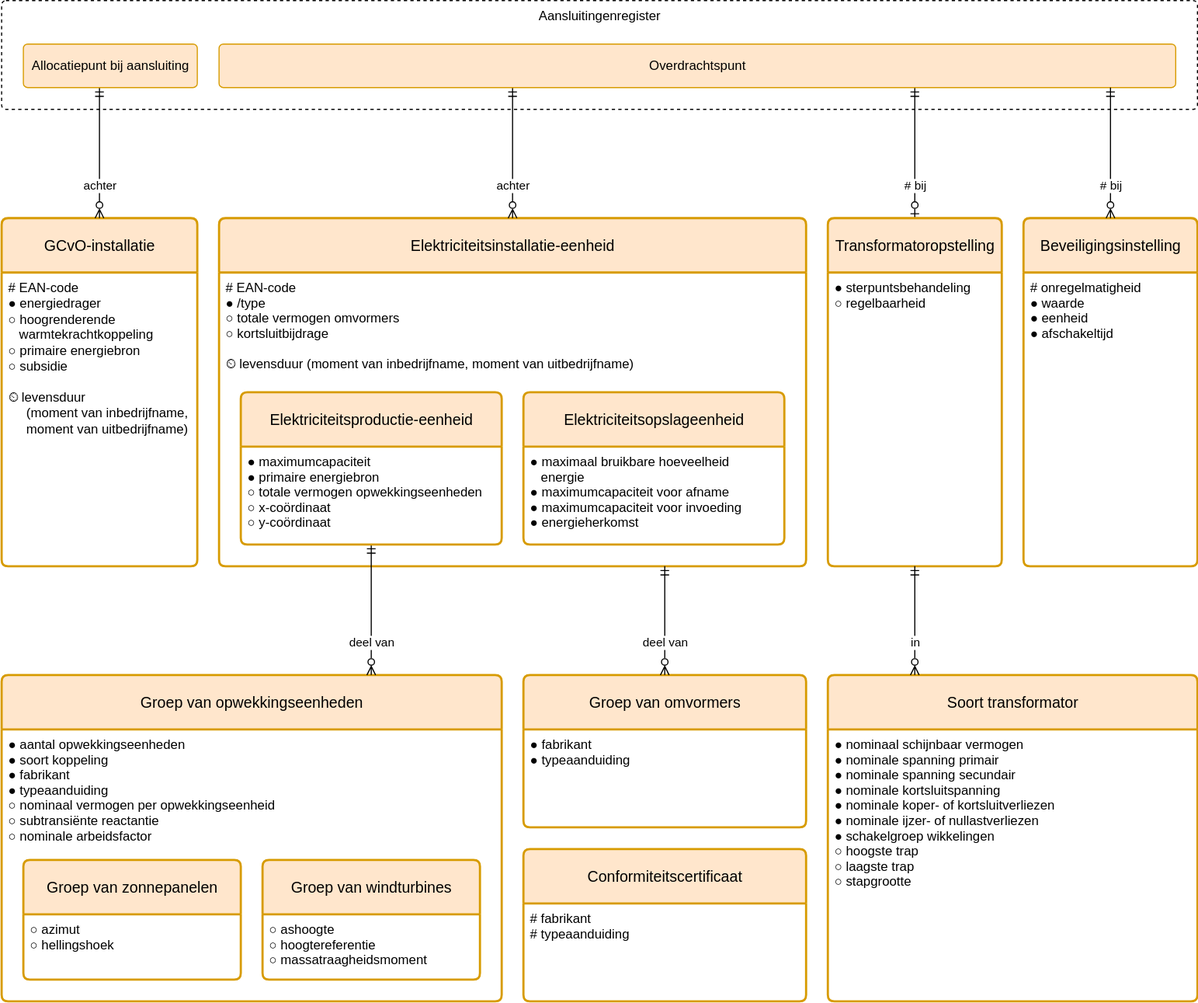
Earlier version of the draw.io export modellen/registers/installatieregister/1.0.0/model.drawio.svg (sefanja/nbnl-conceptuele-informatiemodellen). Source tidied: cells renumbered, new cells last; positions are measured from the earlier drawing's top-left corner, leaving out a move shared by most shapes.
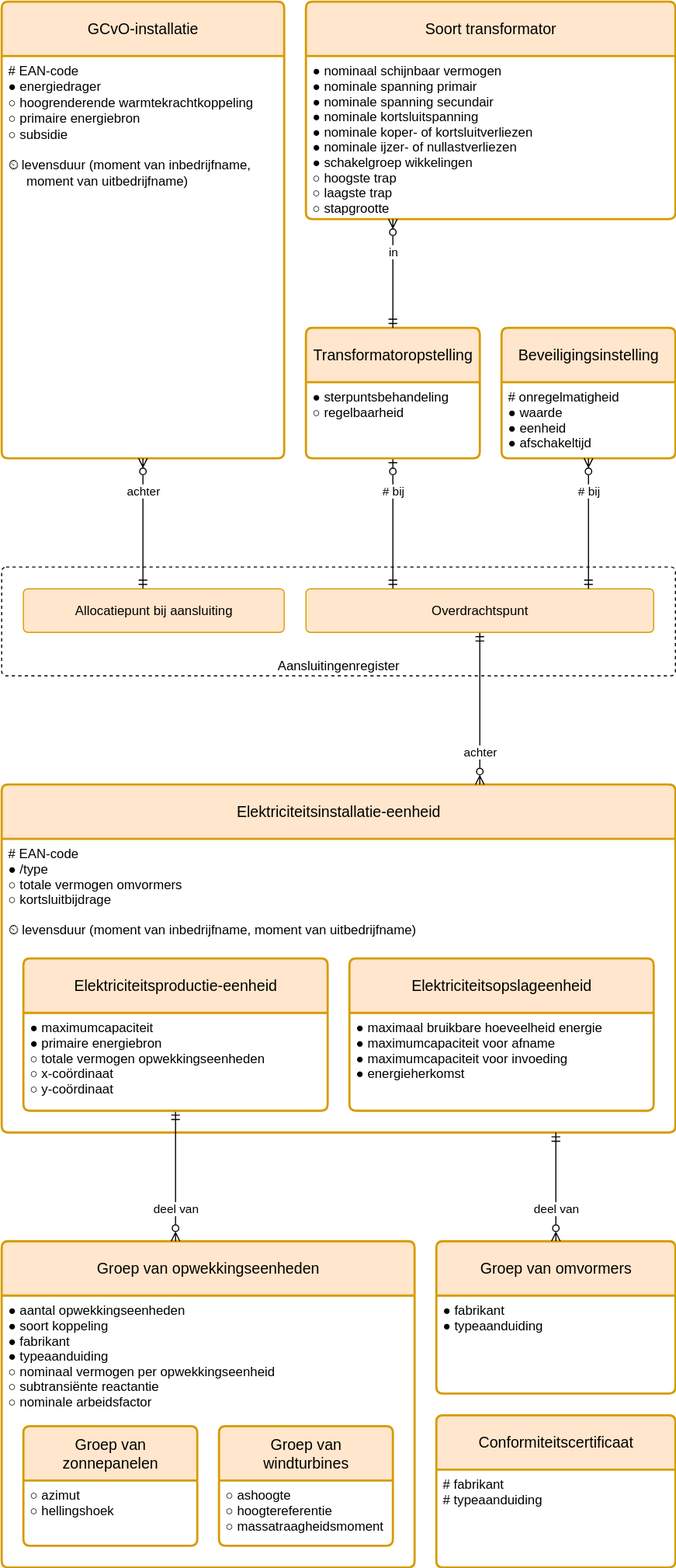
After the commit.

The edit, as a diff of the source:
```diff
@@ -2,35 +2,35 @@
   <root>
     <mxCell id="0" />
     <mxCell id="1" parent="0" />
-    <mxCell id="2" value="Aansluitingenregister" style="rounded=1;whiteSpace=wrap;html=1;dashed=1;verticalAlign=top;arcSize=4;" parent="1" vertex="1">
-      <mxGeometry width="1100" height="100" as="geometry" />
+    <mxCell id="2" value="Aansluitingenregister" style="rounded=1;whiteSpace=wrap;html=1;dashed=1;verticalAlign=bottom;arcSize=4;" parent="1" vertex="1">
+      <mxGeometry x="200" width="620" height="100" as="geometry" />
     </mxCell>
-    <mxCell id="3" value="GCvO-installatie" style="swimlane;horizontal=1;startSize=50;rounded=1;fontSize=14;fontStyle=0;strokeWidth=2;shadow=0;dashed=0;align=center;arcSize=4;fillColor=#ffe6cc;strokeColor=#d79b00;whiteSpace=wrap;html=1;" parent="1" vertex="1">
-      <mxGeometry y="200" width="180" height="320" as="geometry" />
+    <mxCell id="3" value="GCvO-installatie" style="swimlane;horizontal=1;startSize=50;rounded=1;fontSize=14;fontStyle=0;strokeWidth=2;shadow=0;dashed=0;align=center;arcSize=4;fillColor=#ffe6cc;strokeColor=#d79b00;whiteSpace=wrap;html=1;spacing=10;" parent="1" vertex="1">
+      <mxGeometry x="200" y="-520" width="260" height="420" as="geometry" />
     </mxCell>
-    <mxCell id="4" value="# EAN-code&lt;br&gt;● energiedrager&lt;br&gt;○&amp;nbsp;hoogrenderende&lt;br&gt;&amp;nbsp; &amp;nbsp;warmtekrachtkoppeling&lt;br&gt;○ primaire energiebron&lt;br&gt;&lt;div&gt;○ subsidie&lt;br&gt;&lt;br&gt;⏲&amp;nbsp;levensduur&lt;div&gt;&lt;span style=&quot;background-color: initial;&quot;&gt;&amp;nbsp; &amp;nbsp; &amp;nbsp;(moment&amp;nbsp;&lt;/span&gt;&lt;span style=&quot;background-color: initial;&quot;&gt;van&lt;/span&gt;&lt;span style=&quot;background-color: initial; color: light-dark(rgb(0, 0, 0), rgb(255, 255, 255));&quot;&gt;&amp;nbsp;inbedrijf&lt;/span&gt;&lt;span style=&quot;background-color: initial; color: light-dark(rgb(0, 0, 0), rgb(255, 255, 255));&quot;&gt;name,&lt;/span&gt;&lt;/div&gt;&lt;div&gt;&lt;span style=&quot;background-color: initial; color: light-dark(rgb(0, 0, 0), rgb(255, 255, 255));&quot;&gt;&amp;nbsp; &amp;nbsp; &amp;nbsp;moment&lt;/span&gt;&lt;span style=&quot;background-color: initial; color: light-dark(rgb(0, 0, 0), rgb(255, 255, 255));&quot;&gt;&amp;nbsp;van&amp;nbsp;&lt;/span&gt;&lt;span style=&quot;background-color: initial; color: light-dark(rgb(0, 0, 0), rgb(255, 255, 255));&quot;&gt;uitbedrijfname)&lt;/span&gt;&lt;/div&gt;&lt;/div&gt;" style="align=left;strokeColor=none;fillColor=none;spacingLeft=4;fontSize=12;verticalAlign=top;html=1;" parent="3" vertex="1">
-      <mxGeometry y="50" width="180" height="270" as="geometry" />
+    <mxCell id="4" value="# EAN-code&lt;br&gt;● energiedrager&lt;br&gt;○&amp;nbsp;hoogrenderende warmtekrachtkoppeling&lt;br&gt;○ primaire energiebron&lt;br&gt;&lt;div&gt;○ subsidie&lt;br&gt;&lt;br&gt;⏲&amp;nbsp;levensduur&amp;nbsp;&lt;span style=&quot;background-color: initial; color: light-dark(rgb(0, 0, 0), rgb(255, 255, 255));&quot;&gt;(moment&amp;nbsp;&lt;/span&gt;&lt;span style=&quot;background-color: initial; color: light-dark(rgb(0, 0, 0), rgb(255, 255, 255));&quot;&gt;van&lt;/span&gt;&lt;span style=&quot;background-color: initial; color: light-dark(rgb(0, 0, 0), rgb(255, 255, 255));&quot;&gt;&amp;nbsp;inbedrijf&lt;/span&gt;&lt;span style=&quot;background-color: initial; color: light-dark(rgb(0, 0, 0), rgb(255, 255, 255));&quot;&gt;name,&lt;/span&gt;&lt;div&gt;&lt;span style=&quot;background-color: initial; color: light-dark(rgb(0, 0, 0), rgb(255, 255, 255));&quot;&gt;&amp;nbsp; &amp;nbsp; &amp;nbsp;moment&lt;/span&gt;&lt;span style=&quot;background-color: initial; color: light-dark(rgb(0, 0, 0), rgb(255, 255, 255));&quot;&gt;&amp;nbsp;van&amp;nbsp;&lt;/span&gt;&lt;span style=&quot;background-color: initial; color: light-dark(rgb(0, 0, 0), rgb(255, 255, 255));&quot;&gt;uitbedrijfname)&lt;/span&gt;&lt;/div&gt;&lt;/div&gt;" style="align=left;strokeColor=none;fillColor=none;spacingLeft=4;fontSize=12;verticalAlign=top;html=1;" parent="3" vertex="1">
+      <mxGeometry y="50" width="260" height="370" as="geometry" />
     </mxCell>
-    <mxCell id="5" value="achter" style="edgeStyle=elbowEdgeStyle;rounded=0;jettySize=auto;html=1;endArrow=ERmandOne;endFill=0;startArrow=ERzeroToMany;startFill=0;align=center;exitX=0.5;exitY=0;exitDx=0;exitDy=0;" parent="1" edge="1" source="3" target="22">
+    <mxCell id="5" value="achter" style="edgeStyle=elbowEdgeStyle;rounded=0;jettySize=auto;html=1;endArrow=ERmandOne;endFill=0;startArrow=ERzeroToMany;startFill=0;align=center;exitX=0.5;exitY=1;exitDx=0;exitDy=0;" parent="1" edge="1" source="4" target="22">
       <mxGeometry x="-0.5" relative="1" as="geometry" />
     </mxCell>
-    <mxCell id="6" value="Elektriciteitsinstallatie-eenheid" style="swimlane;horizontal=1;startSize=50;rounded=1;fontSize=14;fontStyle=0;strokeWidth=2;shadow=0;dashed=0;align=center;fillColor=#ffe6cc;strokeColor=#d79b00;arcSize=4;whiteSpace=wrap;html=1;" parent="1" vertex="1">
-      <mxGeometry x="200" y="200" width="540" height="320" as="geometry" />
+    <mxCell id="6" value="Elektriciteitsinstallatie-eenheid" style="swimlane;horizontal=1;startSize=50;rounded=1;fontSize=14;fontStyle=0;strokeWidth=2;shadow=0;dashed=0;align=center;fillColor=#ffe6cc;strokeColor=#d79b00;arcSize=4;whiteSpace=wrap;html=1;spacing=10;" parent="1" vertex="1">
+      <mxGeometry x="200" y="200" width="620" height="320" as="geometry" />
     </mxCell>
     <mxCell id="7" value="# EAN-code&#10;● /type&#10;○ totale vermogen omvormers&#10;○ kortsluitbijdrage&#10;&#10;⏲ levensduur (moment van inbedrijfname, moment van uitbedrijfname)" style="align=left;strokeColor=none;fillColor=none;spacingLeft=4;fontSize=12;verticalAlign=top;" parent="6" vertex="1">
-      <mxGeometry y="50" width="540" height="270" as="geometry" />
+      <mxGeometry y="50" width="620" height="270" as="geometry" />
     </mxCell>
-    <mxCell id="8" value="Groep van opwekkingseenheden" style="swimlane;horizontal=1;startSize=50;rounded=1;fontSize=14;fontStyle=0;strokeWidth=2;shadow=0;dashed=0;align=center;fillColor=#ffe6cc;strokeColor=#d79b00;arcSize=4;whiteSpace=wrap;html=1;" parent="1" vertex="1">
-      <mxGeometry y="620" width="460" height="300" as="geometry" />
+    <mxCell id="8" value="Groep van opwekkingseenheden" style="swimlane;horizontal=1;startSize=50;rounded=1;fontSize=14;fontStyle=0;strokeWidth=2;shadow=0;dashed=0;align=center;fillColor=#ffe6cc;strokeColor=#d79b00;arcSize=4;whiteSpace=wrap;html=1;spacing=10;" parent="1" vertex="1">
+      <mxGeometry x="200" y="620" width="380" height="300" as="geometry" />
     </mxCell>
     <mxCell id="9" value="● aantal opwekkingseenheden&#10;● soort koppeling&#10;● fabrikant&#10;● typeaanduiding&#10;○ nominaal vermogen per opwekkingseenheid&#10;○ subtransiënte reactantie&#10;○ nominale arbeidsfactor" style="align=left;strokeColor=none;fillColor=none;spacingLeft=4;fontSize=12;verticalAlign=top;" parent="8" vertex="1">
-      <mxGeometry y="50" width="460" height="250" as="geometry" />
+      <mxGeometry y="50" width="380" height="250" as="geometry" />
     </mxCell>
-    <mxCell id="10" value="Soort transformator" style="swimlane;horizontal=1;startSize=50;rounded=1;fontSize=14;fontStyle=0;strokeWidth=2;shadow=0;dashed=0;align=center;fillColor=#ffe6cc;strokeColor=#d79b00;arcSize=4;whiteSpace=wrap;html=1;" parent="1" vertex="1">
-      <mxGeometry x="760" y="620" width="340" height="300" as="geometry" />
+    <mxCell id="10" value="Soort transformator" style="swimlane;horizontal=1;startSize=50;rounded=1;fontSize=14;fontStyle=0;strokeWidth=2;shadow=0;dashed=0;align=center;fillColor=#ffe6cc;strokeColor=#d79b00;arcSize=4;whiteSpace=wrap;html=1;spacing=10;" parent="1" vertex="1">
+      <mxGeometry x="480" y="-520" width="340" height="200" as="geometry" />
     </mxCell>
     <mxCell id="11" value="● nominaal schijnbaar vermogen&#10;● nominale spanning primair&#10;● nominale spanning secundair&#10;● nominale kortsluitspanning&#10;● nominale koper- of kortsluitverliezen&#10;● nominale ijzer- of nullastverliezen&#10;● schakelgroep wikkelingen&#10;○ hoogste trap&#10;○ laagste trap&#10;○ stapgrootte" style="align=left;strokeColor=none;fillColor=none;spacingLeft=4;fontSize=12;verticalAlign=top;" parent="10" vertex="1">
-      <mxGeometry y="50" width="340" height="250" as="geometry" />
+      <mxGeometry y="50" width="340" height="150" as="geometry" />
     </mxCell>
     <mxCell id="12" value="deel van" style="endArrow=ERzeroToMany;html=1;rounded=0;startArrow=ERmandOne;startFill=0;endFill=0;edgeStyle=elbowEdgeStyle;align=center;" parent="1" edge="1" source="14" target="8">
       <mxGeometry x="0.5" relative="1" as="geometry" />
@@ -38,71 +38,71 @@
     <mxCell id="13" value="# bij" style="endArrow=ERzeroToOne;html=1;rounded=0;startArrow=ERmandOne;startFill=0;endFill=0;align=center;edgeStyle=elbowEdgeStyle;" parent="1" edge="1" source="19" target="29">
       <mxGeometry x="0.5" relative="1" as="geometry" />
     </mxCell>
-    <mxCell id="14" value="Elektriciteitsproductie-eenheid" style="swimlane;horizontal=1;startSize=50;rounded=1;fontSize=14;fontStyle=0;strokeWidth=2;shadow=0;dashed=0;align=center;fillColor=#ffe6cc;strokeColor=#d79b00;arcSize=4;whiteSpace=wrap;html=1;" parent="1" vertex="1">
-      <mxGeometry x="220" y="360" width="240" height="140" as="geometry" />
+    <mxCell id="14" value="Elektriciteitsproductie-eenheid" style="swimlane;horizontal=1;startSize=50;rounded=1;fontSize=14;fontStyle=0;strokeWidth=2;shadow=0;dashed=0;align=center;fillColor=#ffe6cc;strokeColor=#d79b00;arcSize=4;whiteSpace=wrap;html=1;spacing=10;" parent="1" vertex="1">
+      <mxGeometry x="220" y="360" width="280" height="140" as="geometry" />
     </mxCell>
     <mxCell id="15" value="● maximumcapaciteit&#10;● primaire energiebron&#10;○ totale vermogen opwekkingseenheden&#10;○ x-coördinaat&#10;○ y-coördinaat" style="align=left;strokeColor=none;fillColor=none;spacingLeft=4;fontSize=12;verticalAlign=top;" parent="14" vertex="1">
-      <mxGeometry y="50" width="240" height="90" as="geometry" />
+      <mxGeometry y="50" width="280" height="90" as="geometry" />
     </mxCell>
-    <mxCell id="16" value="Elektriciteitsopslageenheid" style="swimlane;horizontal=1;startSize=50;rounded=1;fontSize=14;fontStyle=0;strokeWidth=2;shadow=0;dashed=0;align=center;fillColor=#ffe6cc;strokeColor=#d79b00;arcSize=4;whiteSpace=wrap;html=1;" parent="1" vertex="1">
-      <mxGeometry x="480" y="360" width="240" height="140" as="geometry" />
+    <mxCell id="16" value="Elektriciteitsopslageenheid" style="swimlane;horizontal=1;startSize=50;rounded=1;fontSize=14;fontStyle=0;strokeWidth=2;shadow=0;dashed=0;align=center;fillColor=#ffe6cc;strokeColor=#d79b00;arcSize=4;whiteSpace=wrap;html=1;spacing=10;" parent="1" vertex="1">
+      <mxGeometry x="520" y="360" width="280" height="140" as="geometry" />
     </mxCell>
-    <mxCell id="17" value="● maximaal bruikbare hoeveelheid&#10;   energie&#10;● maximumcapaciteit voor afname&#10;● maximumcapaciteit voor invoeding&#10;● energieherkomst" style="align=left;strokeColor=none;fillColor=none;spacingLeft=4;fontSize=12;verticalAlign=top;fontStyle=0;" parent="16" vertex="1">
-      <mxGeometry y="50" width="240" height="90" as="geometry" />
+    <mxCell id="17" value="● maximaal bruikbare hoeveelheid energie&#10;● maximumcapaciteit voor afname&#10;● maximumcapaciteit voor invoeding&#10;● energieherkomst" style="align=left;strokeColor=none;fillColor=none;spacingLeft=4;fontSize=12;verticalAlign=top;fontStyle=0;" parent="16" vertex="1">
+      <mxGeometry y="50" width="280" height="90" as="geometry" />
     </mxCell>
     <mxCell id="18" value="achter" style="endArrow=ERmandOne;html=1;rounded=0;endFill=0;startArrow=ERzeroToMany;startFill=0;align=center;edgeStyle=elbowEdgeStyle;" parent="1" edge="1" source="6" target="19">
-      <mxGeometry x="-0.5" relative="1" as="geometry" />
+      <mxGeometry x="-0.57" relative="1" as="geometry" />
     </mxCell>
     <mxCell id="19" value="Overdrachtspunt" style="rounded=1;arcSize=10;whiteSpace=wrap;html=1;align=center;fillColor=#ffe6cc;strokeColor=#d79b00;" parent="1" vertex="1">
-      <mxGeometry x="200" y="40" width="880" height="40" as="geometry" />
+      <mxGeometry x="480" y="20" width="320" height="40" as="geometry" />
     </mxCell>
-    <mxCell id="20" value="Conformiteitscertificaat" style="swimlane;horizontal=1;startSize=50;rounded=1;fontSize=14;fontStyle=0;strokeWidth=2;shadow=0;dashed=0;align=center;fillColor=#ffe6cc;strokeColor=#d79b00;arcSize=4;whiteSpace=wrap;html=1;" parent="1" vertex="1">
-      <mxGeometry x="480" y="780" width="260" height="140" as="geometry" />
+    <mxCell id="20" value="Conformiteitscertificaat" style="swimlane;horizontal=1;startSize=50;rounded=1;fontSize=14;fontStyle=0;strokeWidth=2;shadow=0;dashed=0;align=center;fillColor=#ffe6cc;strokeColor=#d79b00;arcSize=4;whiteSpace=wrap;html=1;spacing=10;" parent="1" vertex="1">
+      <mxGeometry x="600" y="780" width="220" height="140" as="geometry" />
     </mxCell>
     <mxCell id="21" value="# fabrikant&#10;# typeaanduiding" style="align=left;strokeColor=none;fillColor=none;spacingLeft=4;fontSize=12;verticalAlign=top;" parent="20" vertex="1">
-      <mxGeometry y="50" width="260" height="90" as="geometry" />
+      <mxGeometry y="50" width="220" height="90" as="geometry" />
     </mxCell>
     <mxCell id="22" value="Allocatiepunt bij aansluiting" style="rounded=1;arcSize=10;whiteSpace=wrap;html=1;align=center;fillColor=#ffe6cc;strokeColor=#d79b00;" parent="1" vertex="1">
-      <mxGeometry x="20" y="40" width="160" height="40" as="geometry" />
+      <mxGeometry x="220" y="20" width="240" height="40" as="geometry" />
     </mxCell>
-    <mxCell id="23" value="Beveiligingsinstelling" style="swimlane;horizontal=1;startSize=50;rounded=1;fontSize=14;fontStyle=0;strokeWidth=2;shadow=0;dashed=0;align=center;fillColor=#ffe6cc;strokeColor=#d79b00;arcSize=4;whiteSpace=wrap;html=1;" parent="1" vertex="1">
-      <mxGeometry x="940" y="200" width="160" height="320" as="geometry" />
+    <mxCell id="23" value="Beveiligingsinstelling" style="swimlane;horizontal=1;startSize=50;rounded=1;fontSize=14;fontStyle=0;strokeWidth=2;shadow=0;dashed=0;align=center;fillColor=#ffe6cc;strokeColor=#d79b00;arcSize=4;whiteSpace=wrap;html=1;spacing=10;" parent="1" vertex="1">
+      <mxGeometry x="660" y="-220" width="160" height="120" as="geometry" />
     </mxCell>
     <mxCell id="24" value="# onregelmatigheid&#10;● waarde&#10;● eenheid&#10;● afschakeltijd" style="align=left;strokeColor=none;fillColor=none;spacingLeft=4;fontSize=12;verticalAlign=top;" parent="23" vertex="1">
-      <mxGeometry y="50" width="160" height="270" as="geometry" />
+      <mxGeometry y="50" width="160" height="70" as="geometry" />
     </mxCell>
-    <mxCell id="25" value="# bij" style="endArrow=ERzeroToMany;html=1;rounded=0;startArrow=ERmandOne;startFill=0;endFill=0;align=center;edgeStyle=elbowEdgeStyle;entryX=0.5;entryY=0;entryDx=0;entryDy=0;" parent="1" edge="1" source="19" target="23">
+    <mxCell id="25" value="# bij" style="endArrow=ERzeroToMany;html=1;rounded=0;startArrow=ERmandOne;startFill=0;endFill=0;align=center;edgeStyle=elbowEdgeStyle;entryX=0.5;entryY=1;entryDx=0;entryDy=0;" parent="1" edge="1" source="19" target="24">
       <mxGeometry x="0.5" relative="1" as="geometry" />
     </mxCell>
-    <mxCell id="26" value="Groep van omvormers" style="swimlane;horizontal=1;startSize=50;rounded=1;fontSize=14;fontStyle=0;strokeWidth=2;shadow=0;dashed=0;align=center;fillColor=#ffe6cc;strokeColor=#d79b00;arcSize=4;whiteSpace=wrap;html=1;" parent="1" vertex="1">
-      <mxGeometry x="480" y="620" width="260" height="140" as="geometry" />
+    <mxCell id="26" value="Groep van omvormers" style="swimlane;horizontal=1;startSize=50;rounded=1;fontSize=14;fontStyle=0;strokeWidth=2;shadow=0;dashed=0;align=center;fillColor=#ffe6cc;strokeColor=#d79b00;arcSize=4;whiteSpace=wrap;html=1;spacing=10;" parent="1" vertex="1">
+      <mxGeometry x="600" y="620" width="220" height="140" as="geometry" />
     </mxCell>
     <mxCell id="27" value="● fabrikant&#10;● typeaanduiding" style="align=left;strokeColor=none;fillColor=none;spacingLeft=4;fontSize=12;verticalAlign=top;" parent="26" vertex="1">
-      <mxGeometry y="50" width="260" height="90" as="geometry" />
+      <mxGeometry y="50" width="220" height="90" as="geometry" />
     </mxCell>
     <mxCell id="28" value="deel van" style="endArrow=ERzeroToMany;html=1;rounded=0;startArrow=ERmandOne;startFill=0;endFill=0;align=center;edgeStyle=elbowEdgeStyle;entryX=0.5;entryY=0;entryDx=0;entryDy=0;" parent="1" edge="1" source="6" target="26">
       <mxGeometry x="0.4" relative="1" as="geometry" />
     </mxCell>
-    <mxCell id="29" value="Transformatoropstelling" style="swimlane;horizontal=1;startSize=50;rounded=1;fontSize=14;fontStyle=0;strokeWidth=2;shadow=0;dashed=0;align=center;fillColor=#ffe6cc;strokeColor=#d79b00;arcSize=4;whiteSpace=wrap;html=1;" parent="1" vertex="1">
-      <mxGeometry x="760" y="200" width="160" height="320" as="geometry" />
+    <mxCell id="29" value="Transformatoropstelling" style="swimlane;horizontal=1;startSize=50;rounded=1;fontSize=14;fontStyle=0;strokeWidth=2;shadow=0;dashed=0;align=center;fillColor=#ffe6cc;strokeColor=#d79b00;arcSize=4;whiteSpace=wrap;html=1;spacing=10;" parent="1" vertex="1">
+      <mxGeometry x="480" y="-220" width="160" height="120" as="geometry" />
     </mxCell>
     <mxCell id="30" value="● sterpuntsbehandeling&#10;○ regelbaarheid" style="align=left;strokeColor=none;fillColor=none;spacingLeft=4;fontSize=12;verticalAlign=top;" parent="29" vertex="1">
-      <mxGeometry y="50" width="160" height="270" as="geometry" />
+      <mxGeometry y="50" width="160" height="70" as="geometry" />
     </mxCell>
     <mxCell id="31" value="in" style="endArrow=ERzeroToMany;html=1;rounded=0;startArrow=ERmandOne;startFill=0;endFill=0;align=center;edgeStyle=elbowEdgeStyle;" parent="1" edge="1" source="29" target="10">
       <mxGeometry x="0.4" relative="1" as="geometry" />
     </mxCell>
-    <mxCell id="32" value="Groep van zonnepanelen" style="swimlane;horizontal=1;startSize=50;rounded=1;fontSize=14;fontStyle=0;strokeWidth=2;shadow=0;dashed=0;align=center;fillColor=#ffe6cc;strokeColor=#d79b00;arcSize=4;whiteSpace=wrap;html=1;" parent="1" vertex="1">
-      <mxGeometry x="20" y="790" width="200" height="110" as="geometry" />
+    <mxCell id="32" value="Groep van zonnepanelen" style="swimlane;horizontal=1;startSize=50;rounded=1;fontSize=14;fontStyle=0;strokeWidth=2;shadow=0;dashed=0;align=center;fillColor=#ffe6cc;strokeColor=#d79b00;arcSize=4;whiteSpace=wrap;html=1;spacing=10;" parent="1" vertex="1">
+      <mxGeometry x="220" y="790" width="160" height="110" as="geometry" />
     </mxCell>
     <mxCell id="33" value="○ azimut&#10;○ hellingshoek" style="align=left;strokeColor=none;fillColor=none;spacingLeft=4;fontSize=12;verticalAlign=top;" parent="32" vertex="1">
-      <mxGeometry y="50" width="200" height="60" as="geometry" />
+      <mxGeometry y="50" width="160" height="60" as="geometry" />
     </mxCell>
-    <mxCell id="34" value="Groep van windturbines" style="swimlane;horizontal=1;startSize=50;rounded=1;fontSize=14;fontStyle=0;strokeWidth=2;shadow=0;dashed=0;align=center;fillColor=#ffe6cc;strokeColor=#d79b00;arcSize=4;whiteSpace=wrap;html=1;" parent="1" vertex="1">
-      <mxGeometry x="240" y="790" width="200" height="110" as="geometry" />
+    <mxCell id="34" value="Groep van windturbines" style="swimlane;horizontal=1;startSize=50;rounded=1;fontSize=14;fontStyle=0;strokeWidth=2;shadow=0;dashed=0;align=center;fillColor=#ffe6cc;strokeColor=#d79b00;arcSize=4;whiteSpace=wrap;html=1;spacing=10;" parent="1" vertex="1">
+      <mxGeometry x="400" y="790" width="160" height="110" as="geometry" />
     </mxCell>
     <mxCell id="35" value="○ ashoogte&#10;○ hoogtereferentie&#10;○ massatraagheidsmoment" style="align=left;strokeColor=none;fillColor=none;spacingLeft=4;fontSize=12;verticalAlign=top;" parent="34" vertex="1">
-      <mxGeometry y="50" width="200" height="60" as="geometry" />
+      <mxGeometry y="50" width="160" height="60" as="geometry" />
     </mxCell>
   </root>
 </mxGraphModel>
```
